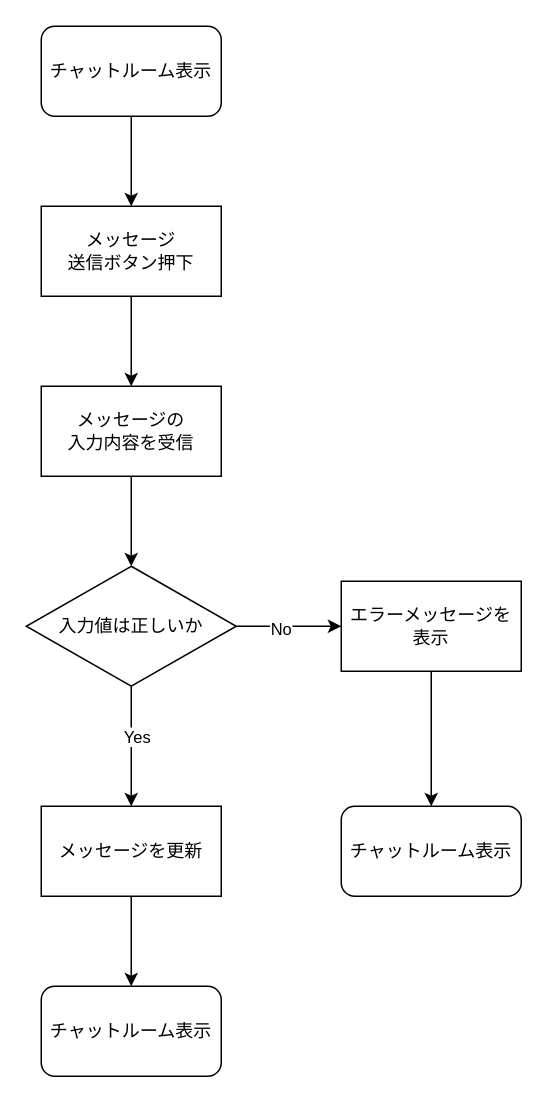
Before: external design/Flow/roomdetail.drawio in KawashimaRyuhei/ChatApps, a draw.io diagram. Source tidied: cells renumbered, new cells numbered last; positions are measured from the earlier drawing's top-left corner, leaving out a move shared by most shapes. Both pictures are drawn from the tidied source at 150%, with x=0, y=0 at pixel (26, 26).
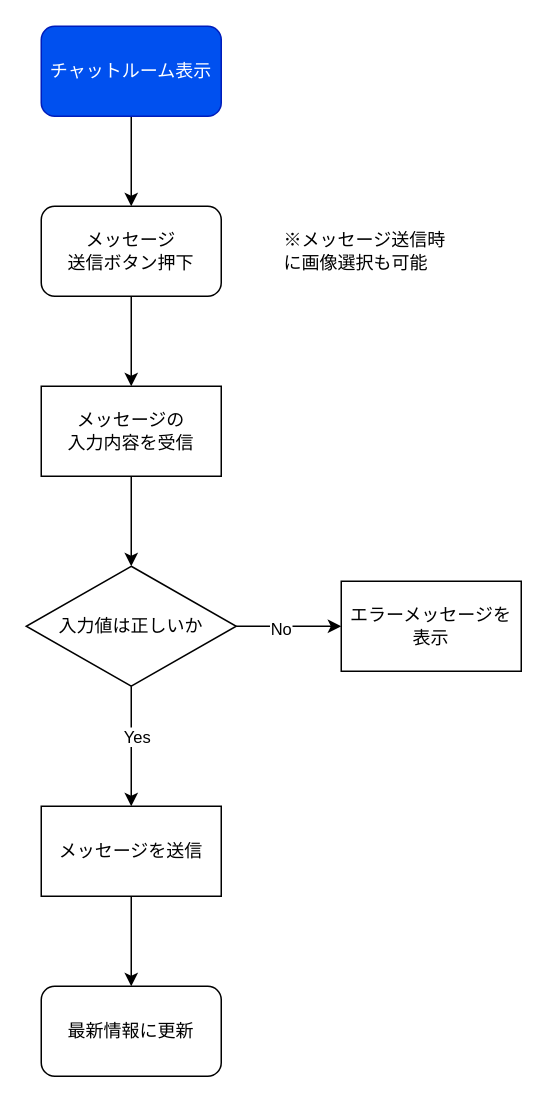
After the change.

Diff of the diagram source:
```diff
@@
 <mxGraphModel>
   <root>
     <mxCell id="0" />
     <mxCell id="1" parent="0" />
     <mxCell id="2" style="edgeStyle=none;html=1;entryX=0.5;entryY=0;entryDx=0;entryDy=0;" parent="1" edge="1" source="3" target="12">
       <mxGeometry relative="1" as="geometry" />
     </mxCell>
-    <mxCell id="3" value="メッセージ&lt;br&gt;送信ボタン押下" style="rounded=0;whiteSpace=wrap;html=1;" parent="1" vertex="1">
+    <mxCell id="3" value="メッセージ&lt;br&gt;送信ボタン押下" style="rounded=1;whiteSpace=wrap;html=1;" parent="1" vertex="1">
       <mxGeometry x="10" y="120" width="120" height="60" as="geometry" />
     </mxCell>
     <mxCell id="4" style="edgeStyle=none;html=1;entryX=0.5;entryY=0;entryDx=0;entryDy=0;" parent="1" edge="1" source="5" target="3">
       <mxGeometry relative="1" as="geometry" />
     </mxCell>
-    <mxCell id="5" value="チャットルーム表示" style="rounded=1;whiteSpace=wrap;html=1;" parent="1" vertex="1">
+    <mxCell id="5" value="チャットルーム表示" style="rounded=1;whiteSpace=wrap;html=1;fillColor=#0050ef;fontColor=#ffffff;strokeColor=#001DBC;" parent="1" vertex="1">
       <mxGeometry x="10" width="120" height="60" as="geometry" />
     </mxCell>
     <mxCell id="6" style="edgeStyle=none;html=1;entryX=0;entryY=0.5;entryDx=0;entryDy=0;" parent="1" edge="1" source="10" target="14">
       <mxGeometry relative="1" as="geometry" />
     </mxCell>
     <mxCell id="7" value="No" style="edgeLabel;html=1;align=center;verticalAlign=middle;" parent="6" vertex="1">
       <mxGeometry x="-0.17" y="-1" relative="1" as="geometry" />
     </mxCell>
     <mxCell id="8" style="edgeStyle=none;html=1;entryX=0.5;entryY=0;entryDx=0;entryDy=0;" parent="1" edge="1" source="10" target="17">
       <mxGeometry relative="1" as="geometry" />
     </mxCell>
     <mxCell id="9" value="Yes" style="edgeLabel;html=1;align=center;verticalAlign=middle;" parent="8" vertex="1">
       <mxGeometry x="-0.17" y="3" relative="1" as="geometry" />
     </mxCell>
     <mxCell id="10" value="入力値は正しいか" style="rhombus;whiteSpace=wrap;html=1;" parent="1" vertex="1">
       <mxGeometry y="360" width="140" height="80" as="geometry" />
     </mxCell>
     <mxCell id="11" style="edgeStyle=none;html=1;entryX=0.5;entryY=0;entryDx=0;entryDy=0;" parent="1" edge="1" source="12" target="10">
       <mxGeometry relative="1" as="geometry" />
     </mxCell>
     <mxCell id="12" value="メッセージの&lt;br&gt;入力内容を受信" style="rounded=0;whiteSpace=wrap;html=1;" parent="1" vertex="1">
       <mxGeometry x="10" y="240" width="120" height="60" as="geometry" />
     </mxCell>
-    <mxCell id="13" style="edgeStyle=none;html=1;entryX=0.5;entryY=0;entryDx=0;entryDy=0;" parent="1" edge="1" source="14" target="15">
-      <mxGeometry relative="1" as="geometry" />
-    </mxCell>
     <mxCell id="14" value="エラーメッセージを表示" style="rounded=0;whiteSpace=wrap;html=1;" parent="1" vertex="1">
       <mxGeometry x="210" y="370" width="120" height="60" as="geometry" />
     </mxCell>
-    <mxCell id="15" value="チャットルーム表示" style="rounded=1;whiteSpace=wrap;html=1;" parent="1" vertex="1">
-      <mxGeometry x="210" y="520" width="120" height="60" as="geometry" />
-    </mxCell>
     <mxCell id="16" style="edgeStyle=none;html=1;entryX=0.5;entryY=0;entryDx=0;entryDy=0;" parent="1" edge="1" source="17" target="18">
       <mxGeometry relative="1" as="geometry" />
     </mxCell>
-    <mxCell id="17" value="メッセージを更新" style="rounded=0;whiteSpace=wrap;html=1;" parent="1" vertex="1">
+    <mxCell id="17" value="メッセージを送信" style="rounded=0;whiteSpace=wrap;html=1;" parent="1" vertex="1">
       <mxGeometry x="10" y="520" width="120" height="60" as="geometry" />
     </mxCell>
-    <mxCell id="18" value="チャットルーム表示" style="rounded=1;whiteSpace=wrap;html=1;" parent="1" vertex="1">
+    <mxCell id="18" value="最新情報に更新" style="rounded=1;whiteSpace=wrap;html=1;" parent="1" vertex="1">
       <mxGeometry x="10" y="640" width="120" height="60" as="geometry" />
     </mxCell>
+    <mxCell id="19" value="※メッセージ送信時に画像選択も可能" style="text;html=1;strokeColor=none;fillColor=none;align=left;verticalAlign=middle;whiteSpace=wrap;rounded=0;" parent="1" vertex="1">
+      <mxGeometry x="170" y="120" width="120" height="60" as="geometry" />
+    </mxCell>
   </root>
 </mxGraphModel>
```
